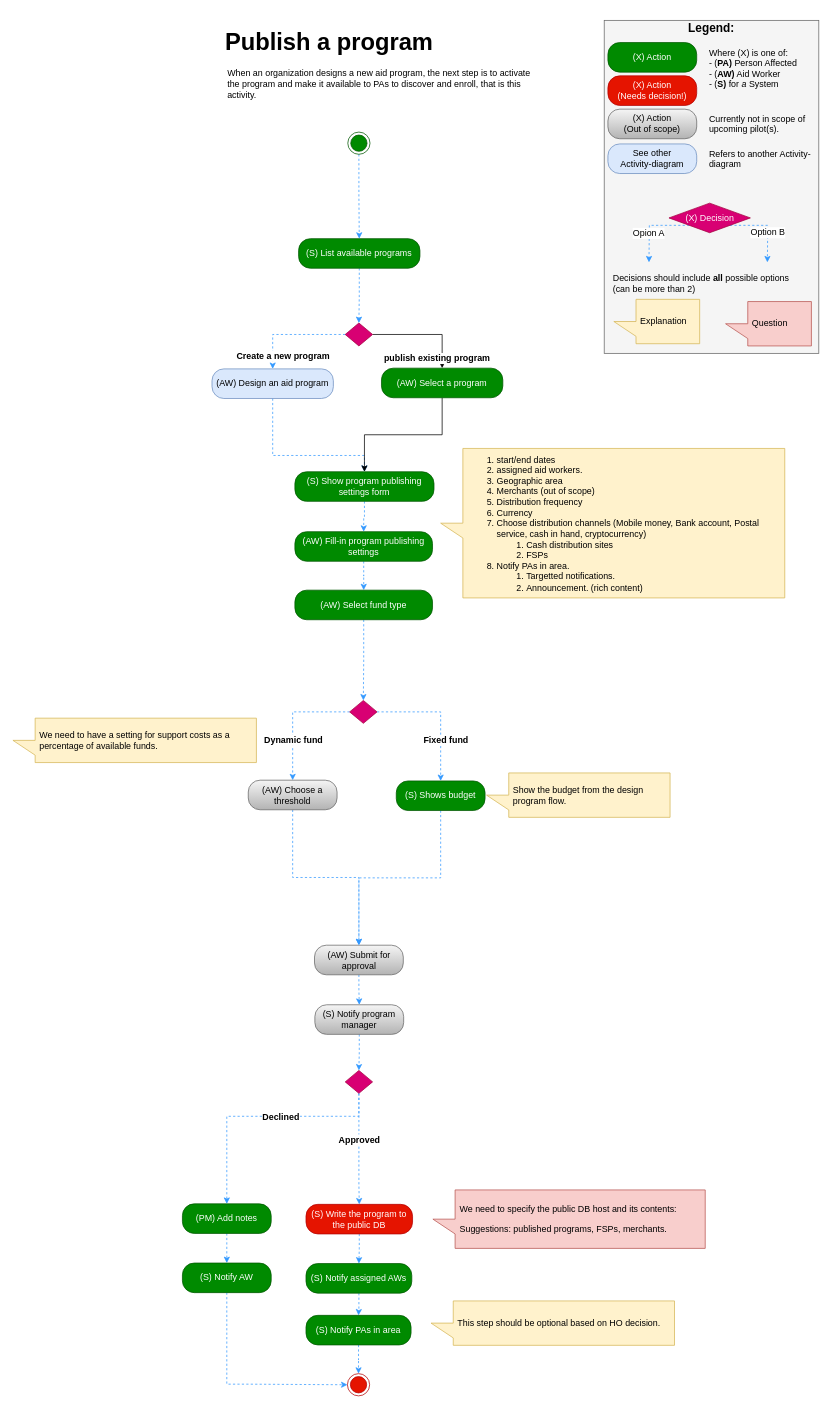
Before: Activity Diagrams/Publish a program activity.drawio in nsward/diagrams, a draw.io diagram. Source tidied: cells renumbered, new cells numbered last; positions are measured from the earlier drawing's top-left corner, leaving out a move shared by most shapes. Both pictures are drawn from the tidied source at 74%, with x=0, y=0 at pixel (13, 13).
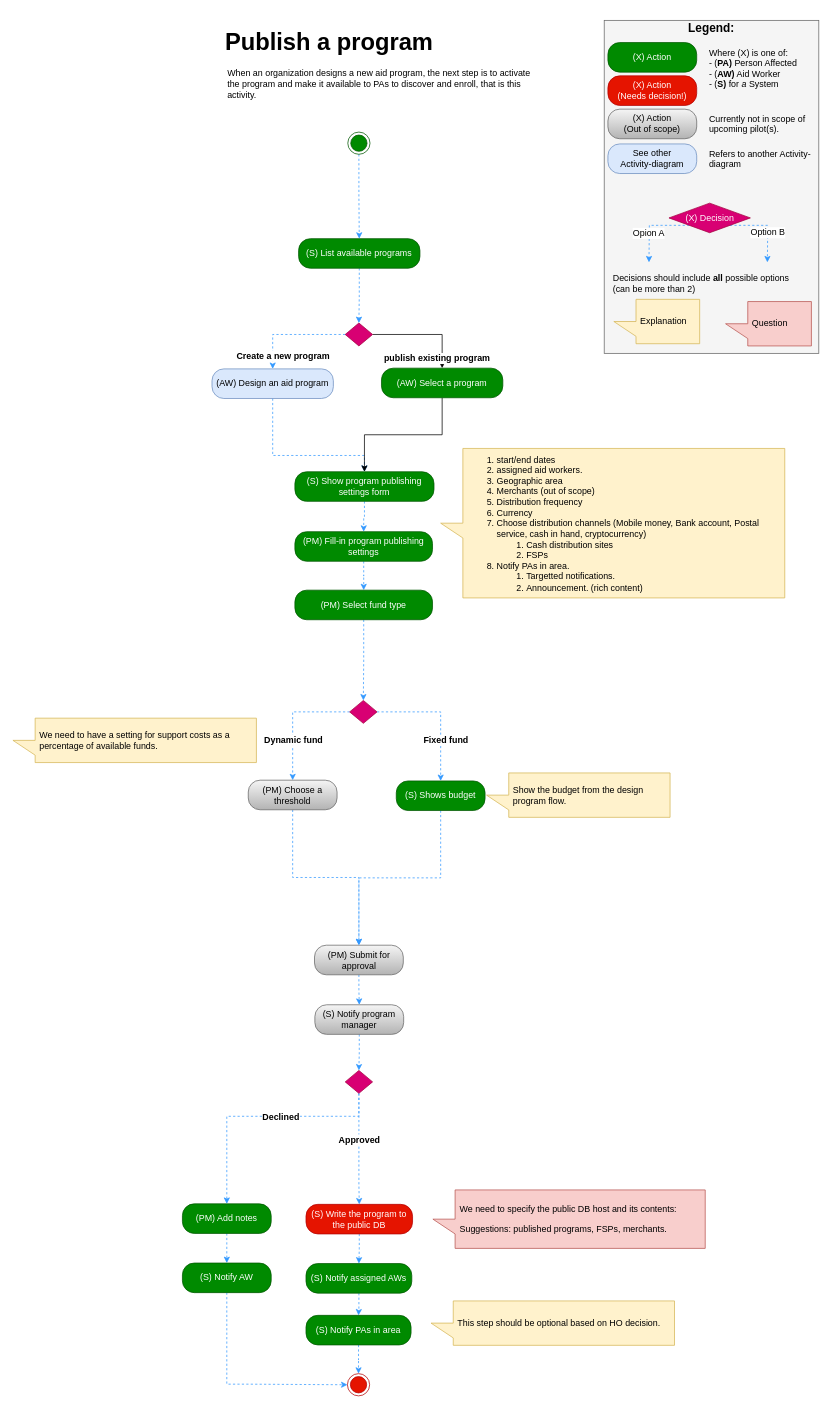
After the change.

Change to the diagram source:
```diff
@@
-    <mxCell id="8" value="(AW) Fill-in program publishing settings" style="rounded=1;whiteSpace=wrap;html=1;arcSize=40;fillColor=#008a00;strokeColor=#005700;fontColor=#ffffff;" parent="1" vertex="1">
+    <mxCell id="8" value="(PM) Fill-in program publishing settings" style="rounded=1;whiteSpace=wrap;html=1;arcSize=40;fillColor=#008a00;strokeColor=#005700;fontColor=#ffffff;" parent="1" vertex="1">
       <mxGeometry x="381" y="701" width="186" height="40" as="geometry" />
     </mxCell>
@@
-    <mxCell id="10" value="(AW) Select fund type" style="rounded=1;whiteSpace=wrap;html=1;arcSize=40;fillColor=#008a00;strokeColor=#005700;fontColor=#ffffff;" parent="1" vertex="1">
+    <mxCell id="10" value="(PM) Select fund type" style="rounded=1;whiteSpace=wrap;html=1;arcSize=40;fillColor=#008a00;strokeColor=#005700;fontColor=#ffffff;" parent="1" vertex="1">
       <mxGeometry x="381" y="780" width="186" height="40" as="geometry" />
     </mxCell>
@@
-    <mxCell id="43" value="(AW) Submit for approval&lt;br&gt;" style="rounded=1;whiteSpace=wrap;html=1;arcSize=40;fillColor=#f5f5f5;strokeColor=#666666;fontColor=#000000;gradientColor=#b3b3b3;" parent="1" vertex="1">
+    <mxCell id="43" value="(PM) Submit for approval" style="rounded=1;whiteSpace=wrap;html=1;arcSize=40;fillColor=#f5f5f5;strokeColor=#666666;fontColor=#000000;gradientColor=#b3b3b3;" parent="1" vertex="1">
       <mxGeometry x="407.5" y="1259.8" width="120" height="40" as="geometry" />
     </mxCell>
@@
-    <mxCell id="60" value="(AW) Choose a threshold" style="rounded=1;whiteSpace=wrap;html=1;arcSize=40;fillColor=#f5f5f5;strokeColor=#666666;fontColor=#000000;gradientColor=#b3b3b3;" parent="1" vertex="1">
+    <mxCell id="60" value="(PM) Choose a threshold" style="rounded=1;whiteSpace=wrap;html=1;arcSize=40;fillColor=#f5f5f5;strokeColor=#666666;fontColor=#000000;gradientColor=#b3b3b3;" parent="1" vertex="1">
       <mxGeometry x="318" y="1036.8" width="120" height="40" as="geometry" />
     </mxCell>
```
